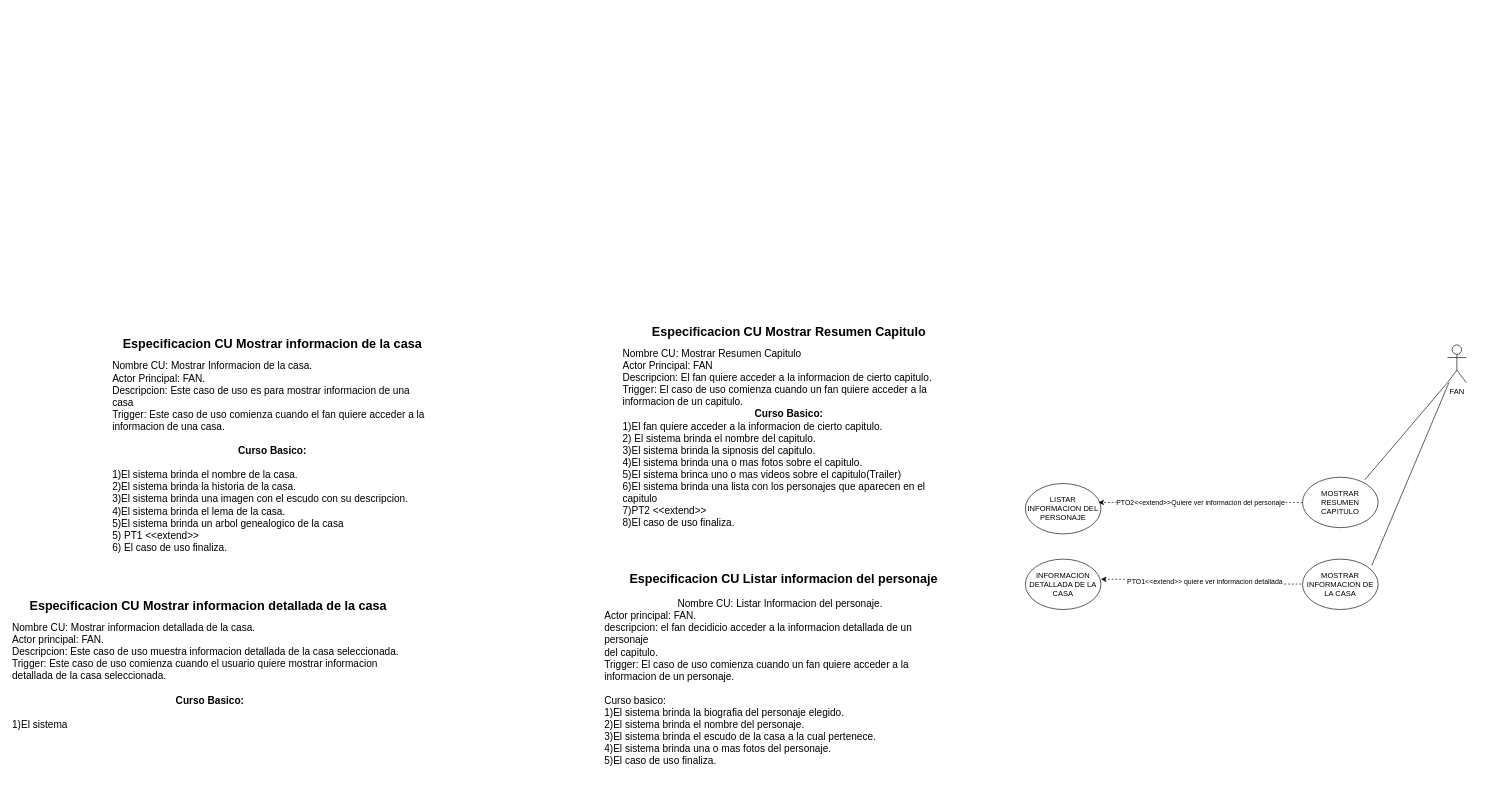
This is D Casos de uso/EJ2.drawio from Jeep12/Metodologias, a draw.io file, before an edit. Source tidied: cells renumbered, new cells numbered last; positions are measured from the earlier drawing's top-left corner, leaving out a move shared by most shapes. Both pictures are drawn from the tidied source at 63%, with x=0, y=0 at pixel (11, 319).
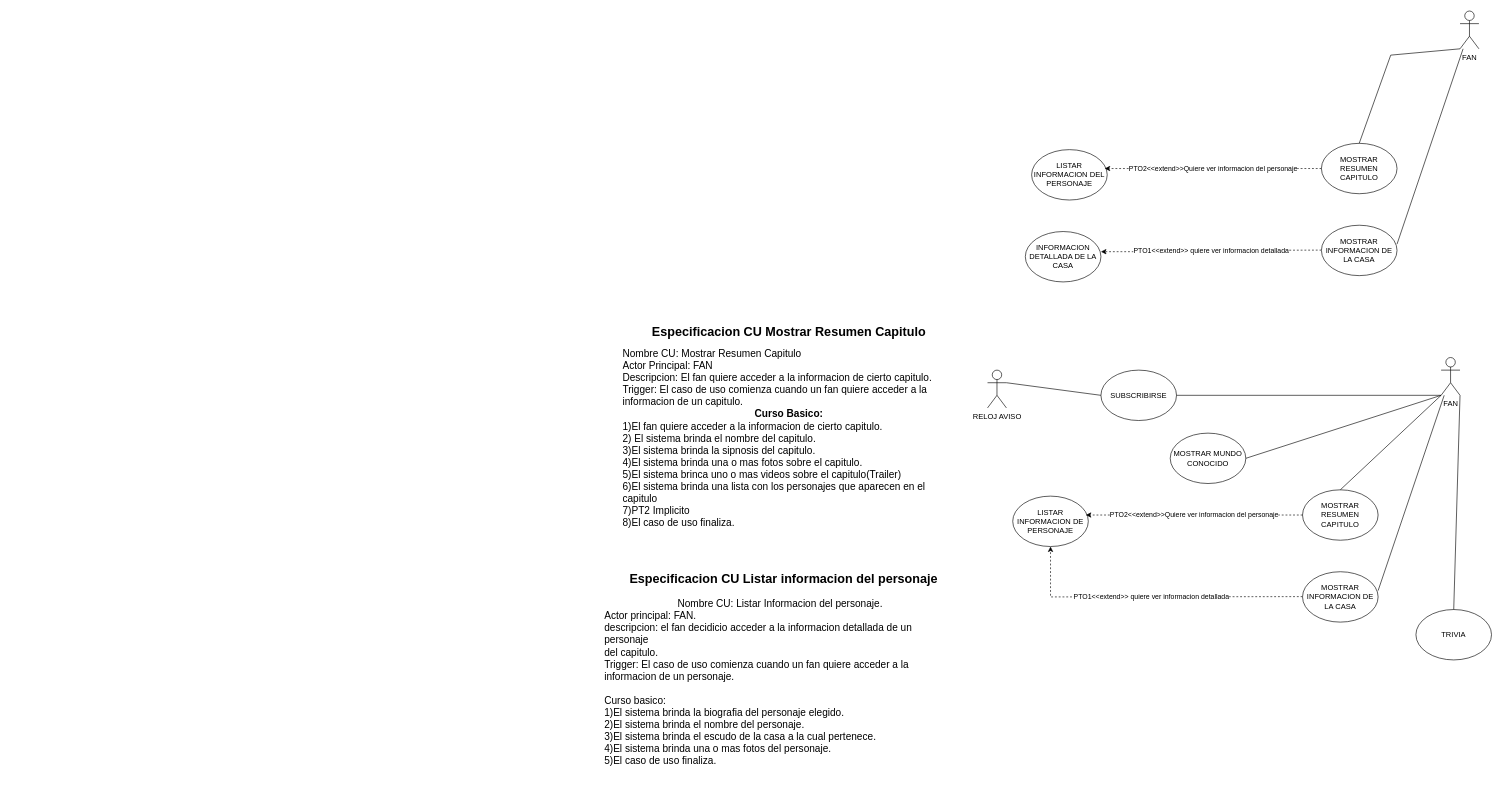
The same diagram, later.

Change to the diagram source:
```diff
@@
+    <mxCell id="6" value="&lt;h1 style=&quot;margin-top: 0px; font-size: 20px;&quot;&gt;Especificacion CU Mostrar Resumen Capitulo&lt;/h1&gt;&lt;div style=&quot;text-align: left; font-size: 16px;&quot;&gt;Nombre CU: Mostrar Resumen Capitulo&lt;/div&gt;&lt;div style=&quot;text-align: left; font-size: 16px;&quot;&gt;Actor Principal: FAN&lt;/div&gt;&lt;div style=&quot;text-align: left; font-size: 16px;&quot;&gt;Descripcion: El fan quiere acceder a la informacion de cierto capitulo.&lt;/div&gt;&lt;div style=&quot;text-align: left; font-size: 16px;&quot;&gt;Trigger: El caso de uso comienza cuando un fan quiere acceder a la informacion de un capitulo.&lt;/div&gt;&lt;div style=&quot;font-size: 16px;&quot;&gt;&lt;b&gt;Curso Basico:&lt;/b&gt;&lt;/div&gt;&lt;div style=&quot;text-align: left; font-size: 16px;&quot;&gt;1)El fan quiere acceder a la informacion de cierto capitulo.&lt;/div&gt;&lt;div style=&quot;text-align: left; font-size: 16px;&quot;&gt;2) El sistema brinda el nombre del capitulo.&lt;/div&gt;&lt;div style=&quot;text-align: left; font-size: 16px;&quot;&gt;3)El sistema brinda la sipnosis del capitulo.&lt;/div&gt;&lt;div style=&quot;text-align: left; font-size: 16px;&quot;&gt;4)El sistema brinda una o mas fotos sobre el capitulo.&lt;/div&gt;&lt;div style=&quot;text-align: left; font-size: 16px;&quot;&gt;5)El sistema brinca uno o mas videos sobre el capitulo(Trailer)&lt;/div&gt;&lt;div style=&quot;text-align: left; font-size: 16px;&quot;&gt;6)El sistema brinda una lista con los personajes que aparecen en el capitulo&lt;/div&gt;&lt;div style=&quot;text-align: left; font-size: 16px;&quot;&gt;7)PT2 Implicito&lt;/div&gt;&lt;div style=&quot;text-align: left; font-size: 16px;&quot;&gt;8)El caso de uso finaliza.&lt;/div&gt;" style="text;html=1;whiteSpace=wrap;overflow=hidden;rounded=0;align=center;" parent="1" vertex="1">
+      <mxGeometry x="970" width="530" height="450" as="geometry" />
+    </mxCell>
+    <mxCell id="11" value="&lt;h1 style=&quot;text-align: center; margin-top: 0px;&quot;&gt;&lt;span style=&quot;background-color: initial;&quot;&gt;&lt;font style=&quot;font-size: 20px;&quot;&gt;&amp;nbsp; Especificacion CU Listar informacion del personaje&lt;/font&gt;&lt;/span&gt;&lt;br&gt;&lt;/h1&gt;&lt;div style=&quot;text-align: center;&quot;&gt;&lt;span style=&quot;font-size: 16px;&quot;&gt;Nombre CU: Listar Informacion del personaje.&lt;/span&gt;&lt;/div&gt;&lt;div style=&quot;&quot;&gt;&lt;span style=&quot;font-size: 16px;&quot;&gt;Actor principal: FAN.&lt;/span&gt;&lt;/div&gt;&lt;div style=&quot;&quot;&gt;&lt;span style=&quot;font-size: 16px;&quot;&gt;descripcion: el fan decidicio acceder a la informacion detallada de un personaje&lt;/span&gt;&lt;/div&gt;&lt;div style=&quot;&quot;&gt;&lt;span style=&quot;font-size: 16px;&quot;&gt;del capitulo.&lt;/span&gt;&lt;/div&gt;&lt;div style=&quot;&quot;&gt;&lt;span style=&quot;font-size: 16px;&quot;&gt;Trigger: El caso de uso comienza cuando un fan quiere acceder a la informacion de un personaje.&lt;/span&gt;&lt;/div&gt;&lt;div style=&quot;&quot;&gt;&lt;span style=&quot;font-size: 16px;&quot;&gt;&lt;br&gt;&lt;/span&gt;&lt;/div&gt;&lt;div style=&quot;&quot;&gt;&lt;span style=&quot;font-size: 16px;&quot;&gt;Curso basico:&lt;/span&gt;&lt;/div&gt;&lt;div style=&quot;&quot;&gt;&lt;span style=&quot;font-size: 16px;&quot;&gt;1)El sistema brinda la biografia del personaje elegido.&lt;/span&gt;&lt;/div&gt;&lt;div style=&quot;&quot;&gt;&lt;span style=&quot;font-size: 16px;&quot;&gt;2)El sistema brinda el nombre del personaje.&lt;/span&gt;&lt;/div&gt;&lt;div style=&quot;&quot;&gt;&lt;span style=&quot;font-size: 16px;&quot;&gt;3)El sistema brinda el escudo de la casa a la cual pertenece.&lt;/span&gt;&lt;/div&gt;&lt;div style=&quot;&quot;&gt;&lt;span style=&quot;font-size: 16px;&quot;&gt;4)El sistema brinda una o mas fotos del personaje.&lt;/span&gt;&lt;/div&gt;&lt;div style=&quot;&quot;&gt;&lt;span style=&quot;font-size: 16px;&quot;&gt;5)El caso de uso finaliza.&lt;/span&gt;&lt;/div&gt;" style="text;html=1;whiteSpace=wrap;overflow=hidden;rounded=0;" parent="1" vertex="1">
+      <mxGeometry x="940" y="390" width="560" height="330" as="geometry" />
+    </mxCell>
+    <mxCell id="15" value="PTO1&amp;lt;&amp;lt;extend&amp;gt;&amp;gt; quiere ver informacion detallada" style="edgeStyle=orthogonalEdgeStyle;rounded=0;jettySize=auto;html=1;dashed=1;" parent="1" edge="1" target="19">
+      <mxGeometry relative="1" as="geometry">
+        <mxPoint x="2050" y="439.5" as="sourcePoint" />
+      </mxGeometry>
+    </mxCell>
+    <mxCell id="16" value="MOSTRAR INFORMACION DE LA CASA" style="ellipse;whiteSpace=wrap;html=1;" parent="1" vertex="1">
+      <mxGeometry x="2050" y="400" width="120" height="80" as="geometry" />
+    </mxCell>
+    <mxCell id="17" value="FAN" style="shape=umlActor;verticalLabelPosition=bottom;verticalAlign=top;html=1;outlineConnect=0;" parent="1" vertex="1">
+      <mxGeometry x="2270" y="60" width="30" height="60" as="geometry" />
+    </mxCell>
+    <mxCell id="18" value="MOSTRAR RESUMEN CAPITULO" style="ellipse;whiteSpace=wrap;html=1;" parent="1" vertex="1">
+      <mxGeometry x="2050" y="270" width="120" height="80" as="geometry" />
+    </mxCell>
+    <mxCell id="19" value="LISTAR INFORMACION DE PERSONAJE" style="ellipse;whiteSpace=wrap;html=1;" parent="1" vertex="1">
+      <mxGeometry x="1590" y="280" width="120" height="80" as="geometry" />
+    </mxCell>
+    <mxCell id="20" value="PTO2&amp;lt;&amp;lt;extend&amp;gt;&amp;gt;Quiere ver informacion del personaje" style="edgeStyle=orthogonalEdgeStyle;rounded=0;jettySize=auto;html=1;entryX=0.967;entryY=0.375;entryDx=0;entryDy=0;entryPerimeter=0;dashed=1;" parent="1" edge="1" source="18" target="19">
+      <mxGeometry relative="1" as="geometry" />
+    </mxCell>
+    <mxCell id="21" style="endArrow=none;html=1;rounded=0;exitX=0;exitY=1;exitDx=0;exitDy=0;exitPerimeter=0;entryX=0.5;entryY=0;entryDx=0;entryDy=0;" parent="1" edge="1" source="17" target="18">
+      <mxGeometry relative="1" as="geometry" />
+    </mxCell>
+    <mxCell id="22" style="endArrow=none;html=1;rounded=0;" parent="1" edge="1" target="17">
+      <mxGeometry relative="1" as="geometry">
+        <mxPoint x="2170" y="430" as="sourcePoint" />
+      </mxGeometry>
+    </mxCell>
+    <mxCell id="23" value="SUBSCRIBIRSE" style="ellipse;whiteSpace=wrap;html=1;" parent="1" vertex="1">
+      <mxGeometry x="1730" y="80" width="120" height="80" as="geometry" />
+    </mxCell>
+    <mxCell id="24" style="endArrow=none;html=1;rounded=0;entryX=1;entryY=1;entryDx=0;entryDy=0;entryPerimeter=0;exitX=1;exitY=0.5;exitDx=0;exitDy=0;" parent="1" edge="1" source="23">
+      <mxGeometry relative="1" as="geometry">
+        <mxPoint x="2270" y="120" as="targetPoint" />
+      </mxGeometry>
+    </mxCell>
+    <mxCell id="25" value="MOSTRAR MUNDO CONOCIDO" style="ellipse;whiteSpace=wrap;html=1;" parent="1" vertex="1">
+      <mxGeometry x="1840" y="180" width="120" height="80" as="geometry" />
+    </mxCell>
+    <mxCell id="26" style="endArrow=none;html=1;rounded=0;exitX=1;exitY=0.5;exitDx=0;exitDy=0;" parent="1" edge="1" source="25">
+      <mxGeometry relative="1" as="geometry">
+        <mxPoint x="2270" y="120" as="targetPoint" />
+      </mxGeometry>
+    </mxCell>
+    <mxCell id="27" value="TRIVIA" style="ellipse;whiteSpace=wrap;html=1;" parent="1" vertex="1">
+      <mxGeometry x="2230" y="460" width="120" height="80" as="geometry" />
+    </mxCell>
+    <mxCell id="28" style="endArrow=none;html=1;rounded=0;entryX=1;entryY=1;entryDx=0;entryDy=0;entryPerimeter=0;exitX=0.5;exitY=0;exitDx=0;exitDy=0;" parent="1" edge="1" source="27" target="17">
+      <mxGeometry relative="1" as="geometry" />
+    </mxCell>
+    <mxCell id="29" value="RELOJ AVISO" style="shape=umlActor;verticalLabelPosition=bottom;verticalAlign=top;html=1;outlineConnect=0;" parent="1" vertex="1">
+      <mxGeometry x="1550" y="80" width="30" height="60" as="geometry" />
+    </mxCell>
+    <mxCell id="30" style="endArrow=none;html=1;rounded=0;exitX=1;exitY=0.3333333333333333;exitDx=0;exitDy=0;exitPerimeter=0;entryX=0;entryY=0.5;entryDx=0;entryDy=0;" parent="1" edge="1" source="29" target="23">
+      <mxGeometry relative="1" as="geometry" />
+    </mxCell>
     <mxCell id="2" value="PTO1&amp;lt;&amp;lt;extend&amp;gt;&amp;gt; quiere ver informacion detallada" style="edgeStyle=orthogonalEdgeStyle;rounded=0;jettySize=auto;html=1;entryX=1;entryY=0.4;entryDx=0;entryDy=0;dashed=1;entryPerimeter=0;" parent="1" edge="1" target="5">
       <mxGeometry relative="1" as="geometry">
-        <mxPoint x="2060" y="419.5" as="sourcePoint" />
+        <mxPoint x="2080" y="-110.5" as="sourcePoint" />
       </mxGeometry>
     </mxCell>
-    <mxCell id="3" value="MOSTRAR INFORMACION DE LA CASA" style="ellipse;whiteSpace=wrap;html=1;" parent="1" vertex="1">
-      <mxGeometry x="2050" y="380" width="120" height="80" as="geometry" />
-    </mxCell>
-    <mxCell id="4" value="FAN" style="shape=umlActor;verticalLabelPosition=bottom;verticalAlign=top;html=1;outlineConnect=0;" parent="1" vertex="1">
-      <mxGeometry x="2280" y="40" width="30" height="60" as="geometry" />
-    </mxCell>
+    <mxCell id="31" value="MOSTRAR INFORMACION DE LA CASA" style="ellipse;whiteSpace=wrap;html=1;" parent="1" vertex="1">
+      <mxGeometry x="2080" y="-150" width="120" height="80" as="geometry" />
+    </mxCell>
+    <mxCell id="32" value="FAN" style="shape=umlActor;verticalLabelPosition=bottom;verticalAlign=top;html=1;outlineConnect=0;" parent="1" vertex="1">
+      <mxGeometry x="2300" y="-490" width="30" height="60" as="geometry" />
+    </mxCell>
     <mxCell id="5" value="INFORMACION DETALLADA DE LA CASA" style="ellipse;whiteSpace=wrap;html=1;" parent="1" vertex="1">
-      <mxGeometry x="1610" y="380" width="120" height="80" as="geometry" />
+      <mxGeometry x="1610" y="-140" width="120" height="80" as="geometry" />
     </mxCell>
-    <mxCell id="6" value="&lt;h1 style=&quot;margin-top: 0px; font-size: 20px;&quot;&gt;Especificacion CU Mostrar Resumen Capitulo&lt;/h1&gt;&lt;div style=&quot;text-align: left; font-size: 16px;&quot;&gt;Nombre CU: Mostrar Resumen Capitulo&lt;/div&gt;&lt;div style=&quot;text-align: left; font-size: 16px;&quot;&gt;Actor Principal: FAN&lt;/div&gt;&lt;div style=&quot;text-align: left; font-size: 16px;&quot;&gt;Descripcion: El fan quiere acceder a la informacion de cierto capitulo.&lt;/div&gt;&lt;div style=&quot;text-align: left; font-size: 16px;&quot;&gt;Trigger: El caso de uso comienza cuando un fan quiere acceder a la informacion de un capitulo.&lt;/div&gt;&lt;div style=&quot;font-size: 16px;&quot;&gt;&lt;b&gt;Curso Basico:&lt;/b&gt;&lt;/div&gt;&lt;div style=&quot;text-align: left; font-size: 16px;&quot;&gt;1)El fan quiere acceder a la informacion de cierto capitulo.&lt;/div&gt;&lt;div style=&quot;text-align: left; font-size: 16px;&quot;&gt;2) El sistema brinda el nombre del capitulo.&lt;/div&gt;&lt;div style=&quot;text-align: left; font-size: 16px;&quot;&gt;3)El sistema brinda la sipnosis del capitulo.&lt;/div&gt;&lt;div style=&quot;text-align: left; font-size: 16px;&quot;&gt;4)El sistema brinda una o mas fotos sobre el capitulo.&lt;/div&gt;&lt;div style=&quot;text-align: left; font-size: 16px;&quot;&gt;5)El sistema brinca uno o mas videos sobre el capitulo(Trailer)&lt;/div&gt;&lt;div style=&quot;text-align: left; font-size: 16px;&quot;&gt;6)El sistema brinda una lista con los personajes que aparecen en el capitulo&lt;/div&gt;&lt;div style=&quot;text-align: left; font-size: 16px;&quot;&gt;7)PT2 &amp;lt;&amp;lt;extend&amp;gt;&amp;gt;&lt;/div&gt;&lt;div style=&quot;text-align: left; font-size: 16px;&quot;&gt;8)El caso de uso finaliza.&lt;/div&gt;" style="text;html=1;whiteSpace=wrap;overflow=hidden;rounded=0;align=center;" parent="1" vertex="1">
-      <mxGeometry x="970" width="530" height="450" as="geometry" />
-    </mxCell>
-    <mxCell id="7" value="MOSTRAR RESUMEN CAPITULO" style="ellipse;whiteSpace=wrap;html=1;" parent="1" vertex="1">
-      <mxGeometry x="2050" y="250" width="120" height="80" as="geometry" />
-    </mxCell>
+    <mxCell id="33" value="MOSTRAR RESUMEN CAPITULO" style="ellipse;whiteSpace=wrap;html=1;" parent="1" vertex="1">
+      <mxGeometry x="2080" y="-280" width="120" height="80" as="geometry" />
+    </mxCell>
     <mxCell id="8" value="LISTAR INFORMACION DEL PERSONAJE" style="ellipse;whiteSpace=wrap;html=1;" parent="1" vertex="1">
-      <mxGeometry x="1610" y="260" width="120" height="80" as="geometry" />
+      <mxGeometry x="1620" y="-270" width="120" height="80" as="geometry" />
     </mxCell>
-    <mxCell id="9" value="PTO2&amp;lt;&amp;lt;extend&amp;gt;&amp;gt;Quiere ver informacion del personaje" style="edgeStyle=orthogonalEdgeStyle;rounded=0;jettySize=auto;html=1;entryX=0.967;entryY=0.375;entryDx=0;entryDy=0;entryPerimeter=0;dashed=1;" parent="1" edge="1" source="7" target="8">
-      <mxGeometry relative="1" as="geometry" />
-    </mxCell>
-    <mxCell id="10" style="endArrow=none;html=1;rounded=0;exitX=0;exitY=1;exitDx=0;exitDy=0;exitPerimeter=0;entryX=0.825;entryY=0.05;entryDx=0;entryDy=0;entryPerimeter=0;" parent="1" edge="1" source="4" target="7">
-      <mxGeometry relative="1" as="geometry" />
-    </mxCell>
-    <mxCell id="11" value="&lt;h1 style=&quot;text-align: center; margin-top: 0px;&quot;&gt;&lt;span style=&quot;background-color: initial;&quot;&gt;&lt;font style=&quot;font-size: 20px;&quot;&gt;&amp;nbsp; Especificacion CU Listar informacion del personaje&lt;/font&gt;&lt;/span&gt;&lt;br&gt;&lt;/h1&gt;&lt;div style=&quot;text-align: center;&quot;&gt;&lt;span style=&quot;font-size: 16px;&quot;&gt;Nombre CU: Listar Informacion del personaje.&lt;/span&gt;&lt;/div&gt;&lt;div style=&quot;&quot;&gt;&lt;span style=&quot;font-size: 16px;&quot;&gt;Actor principal: FAN.&lt;/span&gt;&lt;/div&gt;&lt;div style=&quot;&quot;&gt;&lt;span style=&quot;font-size: 16px;&quot;&gt;descripcion: el fan decidicio acceder a la informacion detallada de un personaje&lt;/span&gt;&lt;/div&gt;&lt;div style=&quot;&quot;&gt;&lt;span style=&quot;font-size: 16px;&quot;&gt;del capitulo.&lt;/span&gt;&lt;/div&gt;&lt;div style=&quot;&quot;&gt;&lt;span style=&quot;font-size: 16px;&quot;&gt;Trigger: El caso de uso comienza cuando un fan quiere acceder a la informacion de un personaje.&lt;/span&gt;&lt;/div&gt;&lt;div style=&quot;&quot;&gt;&lt;span style=&quot;font-size: 16px;&quot;&gt;&lt;br&gt;&lt;/span&gt;&lt;/div&gt;&lt;div style=&quot;&quot;&gt;&lt;span style=&quot;font-size: 16px;&quot;&gt;Curso basico:&lt;/span&gt;&lt;/div&gt;&lt;div style=&quot;&quot;&gt;&lt;span style=&quot;font-size: 16px;&quot;&gt;1)El sistema brinda la biografia del personaje elegido.&lt;/span&gt;&lt;/div&gt;&lt;div style=&quot;&quot;&gt;&lt;span style=&quot;font-size: 16px;&quot;&gt;2)El sistema brinda el nombre del personaje.&lt;/span&gt;&lt;/div&gt;&lt;div style=&quot;&quot;&gt;&lt;span style=&quot;font-size: 16px;&quot;&gt;3)El sistema brinda el escudo de la casa a la cual pertenece.&lt;/span&gt;&lt;/div&gt;&lt;div style=&quot;&quot;&gt;&lt;span style=&quot;font-size: 16px;&quot;&gt;4)El sistema brinda una o mas fotos del personaje.&lt;/span&gt;&lt;/div&gt;&lt;div style=&quot;&quot;&gt;&lt;span style=&quot;font-size: 16px;&quot;&gt;5)El caso de uso finaliza.&lt;/span&gt;&lt;/div&gt;" style="text;html=1;whiteSpace=wrap;overflow=hidden;rounded=0;" parent="1" vertex="1">
-      <mxGeometry x="940" y="390" width="560" height="330" as="geometry" />
-    </mxCell>
-    <mxCell id="12" style="endArrow=none;html=1;rounded=0;exitX=0.917;exitY=0.125;exitDx=0;exitDy=0;exitPerimeter=0;" parent="1" edge="1" source="3" target="4">
-      <mxGeometry relative="1" as="geometry" />
-    </mxCell>
-    <mxCell id="13" value="&lt;h1 style=&quot;margin-top: 0px; font-size: 20px;&quot;&gt;Especificacion CU Mostrar informacion de la casa&lt;/h1&gt;&lt;div style=&quot;text-align: left; font-size: 16px;&quot;&gt;Nombre CU: Mostrar Informacion de la casa.&lt;/div&gt;&lt;div style=&quot;text-align: left; font-size: 16px;&quot;&gt;Actor Principal: FAN.&lt;/div&gt;&lt;div style=&quot;text-align: left; font-size: 16px;&quot;&gt;Descripcion: Este caso de uso es para mostrar informacion de una casa&lt;/div&gt;&lt;div style=&quot;text-align: left; font-size: 16px;&quot;&gt;Trigger: Este caso de uso comienza cuando el fan quiere acceder a la informacion de una casa.&lt;/div&gt;&lt;div style=&quot;text-align: left; font-size: 16px;&quot;&gt;&lt;br&gt;&lt;/div&gt;&lt;div style=&quot;font-size: 16px;&quot;&gt;&lt;b&gt;Curso Basico:&lt;/b&gt;&lt;/div&gt;&lt;div style=&quot;font-size: 16px;&quot;&gt;&lt;b&gt;&lt;br&gt;&lt;/b&gt;&lt;/div&gt;&lt;div style=&quot;text-align: left; font-size: 16px;&quot;&gt;1)El sistema brinda el nombre de la casa.&lt;/div&gt;&lt;div style=&quot;text-align: left; font-size: 16px;&quot;&gt;2)El sistema brinda la historia de la casa.&lt;/div&gt;&lt;div style=&quot;text-align: left; font-size: 16px;&quot;&gt;3)El sistema brinda una imagen con el escudo con su descripcion.&lt;/div&gt;&lt;div style=&quot;text-align: left; font-size: 16px;&quot;&gt;4)El sistema brinda el lema de la casa.&lt;/div&gt;&lt;div style=&quot;text-align: left; font-size: 16px;&quot;&gt;5)El sistema brinda un arbol genealogico de la casa&lt;/div&gt;&lt;div style=&quot;text-align: left; font-size: 16px;&quot;&gt;5) PT1 &amp;lt;&amp;lt;extend&amp;gt;&amp;gt;&lt;/div&gt;&lt;div style=&quot;text-align: left; font-size: 16px;&quot;&gt;6) El caso de uso finaliza.&lt;/div&gt;" style="text;html=1;whiteSpace=wrap;overflow=hidden;rounded=0;align=center;" parent="1" vertex="1">
-      <mxGeometry x="160" y="20" width="510" height="510" as="geometry" />
-    </mxCell>
-    <mxCell id="14" value="&lt;h1 style=&quot;margin-top: 0px; font-size: 20px;&quot;&gt;&lt;span style=&quot;background-color: initial;&quot;&gt;&amp;nbsp; &amp;nbsp; &amp;nbsp;Especificacion CU Mostrar informacion detallada de la casa&lt;/span&gt;&lt;br&gt;&lt;/h1&gt;&lt;div style=&quot;font-size: 16px;&quot;&gt;Nombre CU: Mostrar informacion detallada de la casa.&lt;/div&gt;&lt;div style=&quot;font-size: 16px;&quot;&gt;Actor principal: FAN.&lt;/div&gt;&lt;div style=&quot;font-size: 16px;&quot;&gt;Descripcion: Este caso de uso muestra informacion detallada de la casa seleccionada.&lt;/div&gt;&lt;div style=&quot;font-size: 16px;&quot;&gt;Trigger: Este caso de uso comienza cuando el usuario quiere mostrar informacion detallada de la casa seleccionada.&lt;/div&gt;&lt;div style=&quot;font-size: 16px;&quot;&gt;&lt;br&gt;&lt;/div&gt;&lt;div style=&quot;text-align: center; font-size: 16px;&quot;&gt;&lt;b&gt;Curso Basico:&lt;/b&gt;&lt;br&gt;&lt;/div&gt;&lt;div style=&quot;text-align: center; font-size: 16px;&quot;&gt;&lt;b&gt;&lt;br&gt;&lt;/b&gt;&lt;/div&gt;&lt;div style=&quot;font-size: 16px;&quot;&gt;1)El sistema&lt;/div&gt;" style="text;html=1;whiteSpace=wrap;overflow=hidden;rounded=0;" parent="1" vertex="1">
-      <mxGeometry y="435" width="630" height="315" as="geometry" />
-    </mxCell>
+    <mxCell id="34" value="PTO2&amp;lt;&amp;lt;extend&amp;gt;&amp;gt;Quiere ver informacion del personaje" style="edgeStyle=orthogonalEdgeStyle;rounded=0;jettySize=auto;html=1;entryX=0.967;entryY=0.375;entryDx=0;entryDy=0;entryPerimeter=0;dashed=1;" parent="1" edge="1" source="33" target="8">
+      <mxGeometry relative="1" as="geometry" />
+    </mxCell>
+    <mxCell id="35" style="endArrow=none;html=1;rounded=0;exitX=0;exitY=1;exitDx=0;exitDy=0;exitPerimeter=0;entryX=0.5;entryY=0;entryDx=0;entryDy=0;" parent="1" edge="1" source="32" target="33">
+      <mxGeometry relative="1" as="geometry">
+        <Array as="points">
+          <mxPoint x="2190" y="-420" />
+        </Array>
+      </mxGeometry>
+    </mxCell>
+    <mxCell id="36" style="endArrow=none;html=1;rounded=0;" parent="1" edge="1" target="32">
+      <mxGeometry relative="1" as="geometry">
+        <mxPoint x="2200" y="-120" as="sourcePoint" />
+      </mxGeometry>
+    </mxCell>
```
